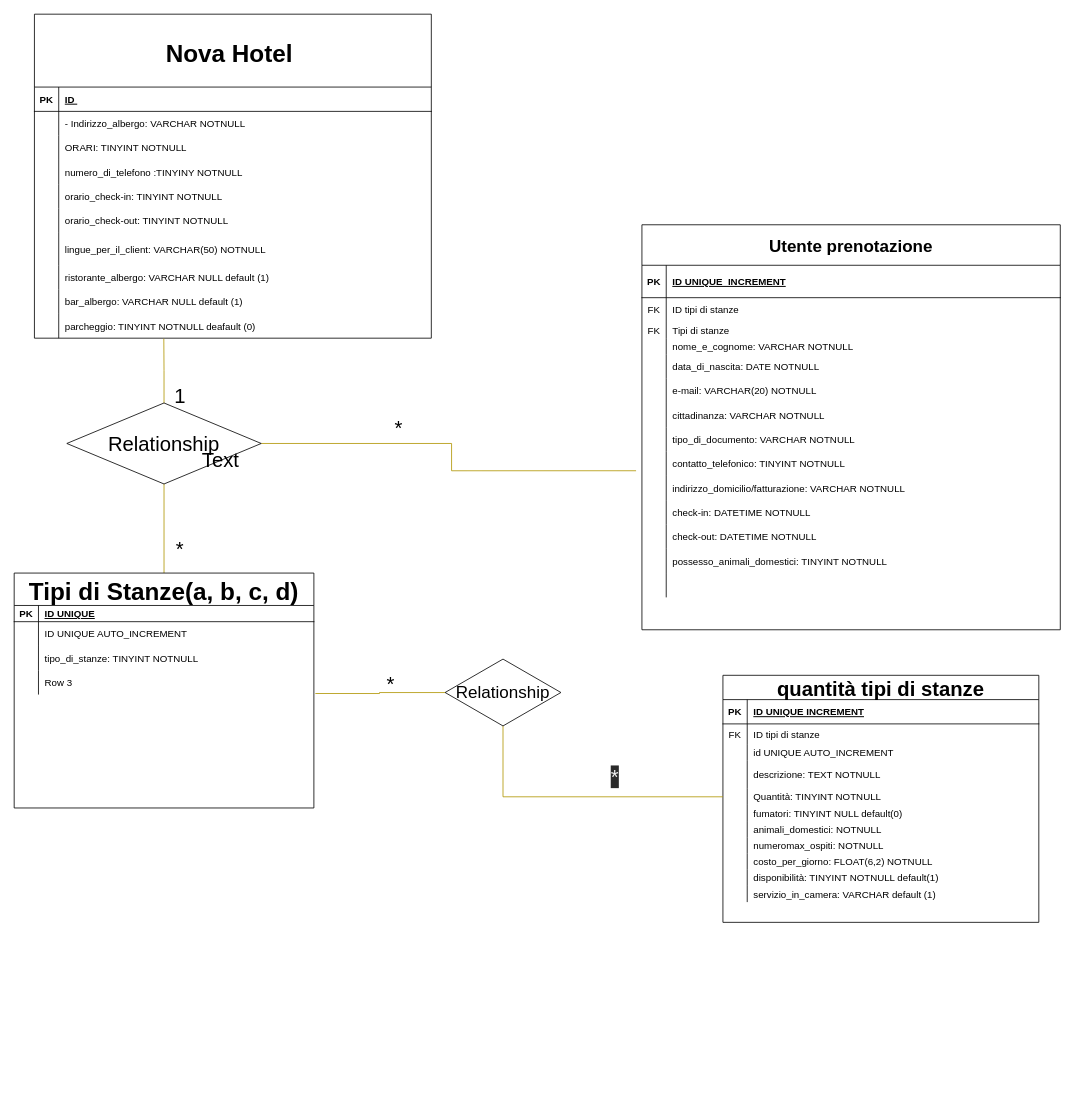
Above: hotel.drawio in Alfredloz/db-first (draw.io), before the change. Source tidied: cells renumbered, new cells numbered last; positions are measured from the earlier drawing's top-left corner, leaving out a move shared by most shapes. Both pictures are drawn from the tidied source at 81%, with x=0, y=0 at pixel (14, 14).
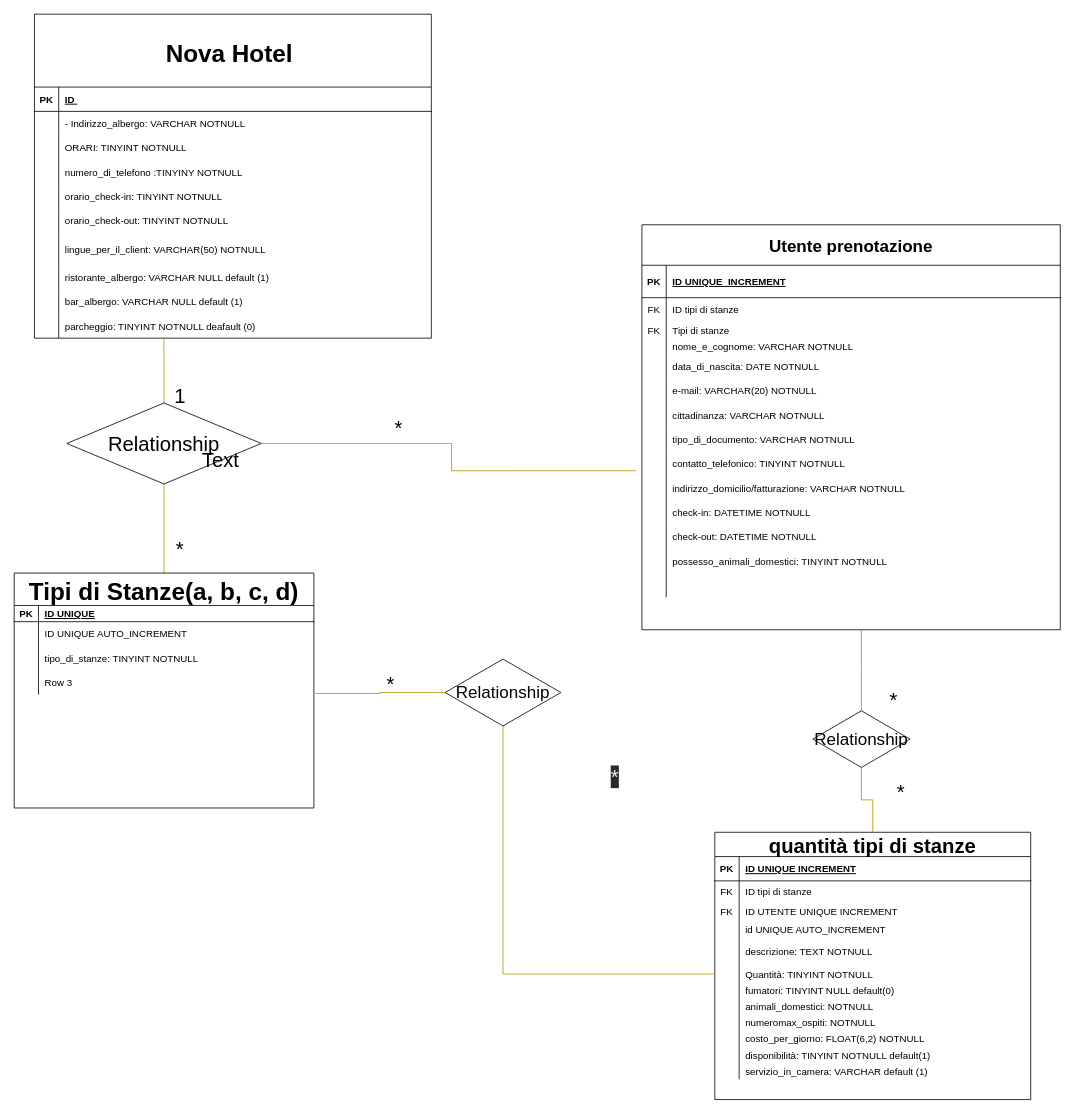
The same page after the edit.

Commit message:
esercizio completato

Diff of the diagram source:
```diff
@@
     <mxCell id="53" value="quantità tipi di stanze" style="shape=table;startSize=30;childLayout=tableLayout;rowLines=0;fontStyle=1;align=center;fontSize=25;" parent="1" vertex="1">
-      <mxGeometry x="875" y="816.2" width="390" height="305" as="geometry" />
+      <mxGeometry x="865" y="1010" width="390" height="330" as="geometry" />
     </mxCell>
@@
+    <mxCell id="136" style="shape=partialRectangle;fillColor=none;top=0;left=0;bottom=0;right=0;" parent="53" vertex="1">
+      <mxGeometry y="85" width="390" height="25" as="geometry" />
+    </mxCell>
+    <mxCell id="137" value="FK" style="shape=partialRectangle;fillColor=none;top=0;left=0;bottom=0;right=0;overflow=hidden;" parent="136" vertex="1">
+      <mxGeometry width="30" height="25" as="geometry" />
+    </mxCell>
+    <mxCell id="138" value="ID UTENTE UNIQUE INCREMENT" style="shape=partialRectangle;fillColor=none;top=0;left=0;bottom=0;right=0;align=left;spacingLeft=6;overflow=hidden;" parent="136" vertex="1">
+      <mxGeometry x="30" width="360" height="25" as="geometry" />
+    </mxCell>
     <mxCell id="60" style="shape=partialRectangle;fillColor=none;top=0;left=0;bottom=0;right=0;" parent="53" vertex="1">
-      <mxGeometry y="85" width="390" height="20" as="geometry" />
+      <mxGeometry y="110" width="390" height="20" as="geometry" />
     </mxCell>
@@
     <mxCell id="63" style="shape=partialRectangle;fillColor=none;top=0;left=0;bottom=0;right=0;" parent="53" vertex="1">
-      <mxGeometry y="105" width="390" height="35" as="geometry" />
+      <mxGeometry y="130" width="390" height="35" as="geometry" />
     </mxCell>
@@
     <mxCell id="66" style="shape=partialRectangle;fillColor=none;top=0;left=0;bottom=0;right=0;points=[[0,0.5],[1,0.5]];portConstraint=eastwest;" parent="53" vertex="1">
-      <mxGeometry y="140" width="390" height="20" as="geometry" />
+      <mxGeometry y="165" width="390" height="20" as="geometry" />
     </mxCell>
@@
     <mxCell id="69" style="shape=partialRectangle;fillColor=none;top=0;left=0;bottom=0;right=0;" parent="53" vertex="1">
-      <mxGeometry y="160" width="390" height="20" as="geometry" />
+      <mxGeometry y="185" width="390" height="20" as="geometry" />
     </mxCell>
@@
     <mxCell id="72" style="shape=partialRectangle;fillColor=none;top=0;left=0;bottom=0;right=0;" parent="53" vertex="1">
-      <mxGeometry y="180" width="390" height="20" as="geometry" />
+      <mxGeometry y="205" width="390" height="20" as="geometry" />
     </mxCell>
@@
     <mxCell id="75" style="shape=partialRectangle;fillColor=none;top=0;left=0;bottom=0;right=0;" parent="53" vertex="1">
-      <mxGeometry y="200" width="390" height="20" as="geometry" />
+      <mxGeometry y="225" width="390" height="20" as="geometry" />
     </mxCell>
@@
     <mxCell id="78" style="shape=partialRectangle;fillColor=none;top=0;left=0;bottom=0;right=0;" parent="53" vertex="1">
-      <mxGeometry y="220" width="390" height="20" as="geometry" />
+      <mxGeometry y="245" width="390" height="20" as="geometry" />
     </mxCell>
@@
     <mxCell id="81" style="shape=partialRectangle;fillColor=none;top=0;left=0;bottom=0;right=0;" parent="53" vertex="1">
-      <mxGeometry y="240" width="390" height="20" as="geometry" />
+      <mxGeometry y="265" width="390" height="20" as="geometry" />
     </mxCell>
@@
     <mxCell id="84" style="shape=partialRectangle;fillColor=none;top=0;left=0;bottom=0;right=0;" parent="53" vertex="1">
-      <mxGeometry y="260" width="390" height="20" as="geometry" />
+      <mxGeometry y="285" width="390" height="20" as="geometry" />
     </mxCell>
@@
+    <mxCell id="139" style="edgeStyle=orthogonalEdgeStyle;rounded=0;jettySize=auto;html=1;endArrow=none;endFill=0;fontSize=21;fillColor=#e3c800;strokeColor=#B09500;" parent="1" edge="1" source="141">
+      <mxGeometry relative="1" as="geometry">
+        <mxPoint x="1046" y="760" as="targetPoint" />
+      </mxGeometry>
+    </mxCell>
+    <mxCell id="140" style="edgeStyle=orthogonalEdgeStyle;rounded=0;jettySize=auto;html=1;endArrow=none;endFill=0;fontSize=21;fillColor=#e3c800;strokeColor=#B09500;" parent="1" edge="1" source="141" target="53">
+      <mxGeometry relative="1" as="geometry" />
+    </mxCell>
+    <mxCell id="141" value="Relationship" style="shape=rhombus;perimeter=rhombusPerimeter;whiteSpace=wrap;html=1;align=center;fontSize=21;" parent="1" vertex="1">
+      <mxGeometry x="986" y="860" width="120" height="70" as="geometry" />
+    </mxCell>
+    <mxCell id="142" value="*" style="text;html=1;strokeColor=none;fillColor=none;align=center;verticalAlign=middle;whiteSpace=wrap;rounded=0;fontSize=25;" parent="1" vertex="1">
+      <mxGeometry x="1066" y="836.2" width="40" height="20" as="geometry" />
+    </mxCell>
+    <mxCell id="143" value="*" style="text;html=1;strokeColor=none;fillColor=none;align=center;verticalAlign=middle;whiteSpace=wrap;rounded=0;fontSize=25;" parent="1" vertex="1">
+      <mxGeometry x="1075" y="950" width="40" height="20" as="geometry" />
+    </mxCell>
```
